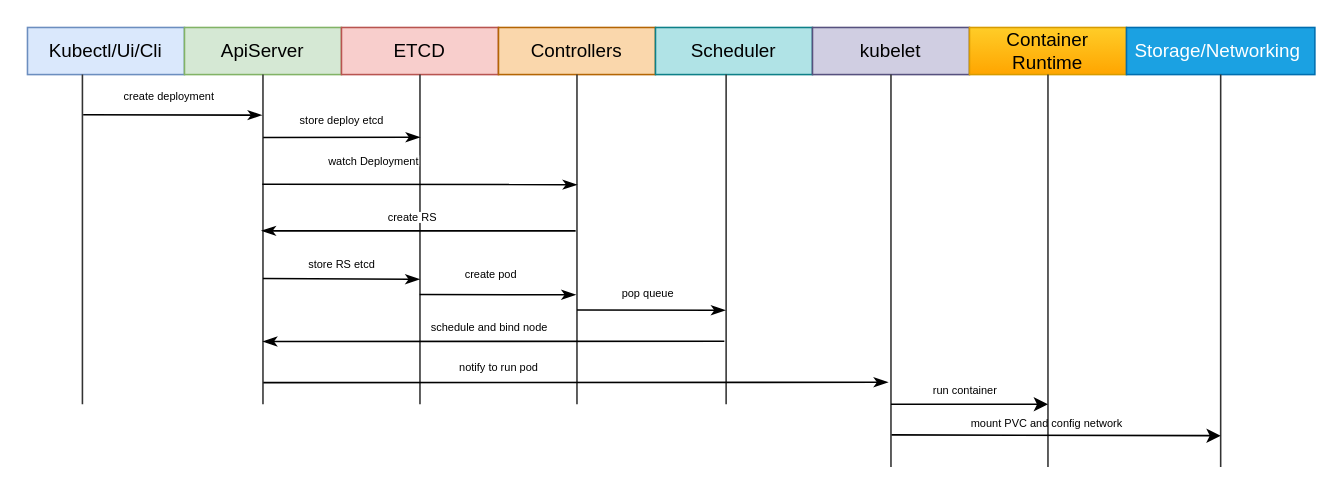
Above: deployment_pod_process.drawio in ssider/draw (draw.io), before the change. Source tidied: cells renumbered, new cells numbered last; positions are measured from the earlier drawing's top-left corner, leaving out a move shared by most shapes. Both pictures are drawn from the tidied source at 157%, with x=0, y=0 at pixel (27, 27).
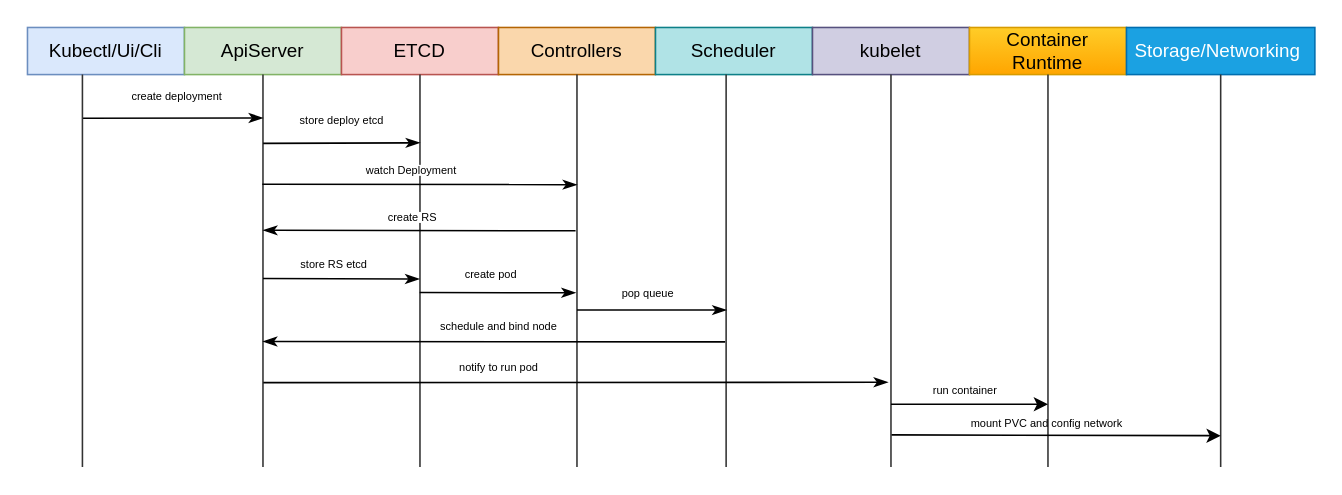
Above is the later version.

Change to the diagram source:
```diff
@@
     <mxCell id="10" style="line;strokeWidth=1;direction=south;html=1;fontColor=default;strokeColor=#333333;" parent="1" vertex="1">
-      <mxGeometry x="30" y="30" width="10" height="210" as="geometry" />
+      <mxGeometry x="30" y="30" width="10" height="250" as="geometry" />
     </mxCell>
     <mxCell id="11" style="line;strokeWidth=1;direction=south;html=1;fontColor=default;strokeColor=#333333;" parent="1" vertex="1">
-      <mxGeometry x="145" y="30" width="10" height="210" as="geometry" />
+      <mxGeometry x="145" y="30" width="10" height="250" as="geometry" />
     </mxCell>
     <mxCell id="12" style="line;strokeWidth=1;direction=south;html=1;fontColor=default;strokeColor=#333333;" parent="1" vertex="1">
-      <mxGeometry x="245" y="30" width="10" height="210" as="geometry" />
+      <mxGeometry x="245" y="30" width="10" height="250" as="geometry" />
     </mxCell>
     <mxCell id="13" style="line;strokeWidth=1;direction=south;html=1;fontColor=default;strokeColor=#333333;" parent="1" vertex="1">
-      <mxGeometry x="345" y="30" width="10" height="210" as="geometry" />
+      <mxGeometry x="345" y="30" width="10" height="250" as="geometry" />
     </mxCell>
     <mxCell id="14" style="line;strokeWidth=1;direction=south;html=1;fontColor=default;strokeColor=#333333;" parent="1" vertex="1">
-      <mxGeometry x="440" y="30" width="10" height="210" as="geometry" />
+      <mxGeometry x="440" y="30" width="10" height="250" as="geometry" />
     </mxCell>
@@
-    <mxCell id="18" style="endArrow=classicThin;html=1;rounded=0;strokeColor=#000000;fontColor=default;exitX=0.122;exitY=0.452;exitDx=0;exitDy=0;exitPerimeter=0;entryX=0.123;entryY=0.565;entryDx=0;entryDy=0;entryPerimeter=0;endFill=1;" parent="1" edge="1" source="10" target="11">
-      <mxGeometry x="0.13" y="16" relative="1" as="geometry" />
+    <mxCell id="18" style="endArrow=classicThin;html=1;rounded=0;strokeColor=#000000;fontColor=default;exitX=0.119;exitY=0.458;exitDx=0;exitDy=0;exitPerimeter=0;endFill=1;" parent="1" edge="1">
+      <mxGeometry x="0.13" y="16" relative="1" as="geometry">
+        <mxPoint x="35.4" y="57.8" as="sourcePoint" />
+        <mxPoint x="150" y="57.6" as="targetPoint" />
+      </mxGeometry>
     </mxCell>
-    <mxCell id="19" value="&lt;span style=&quot;background-color: rgb(255, 255, 255); font-size: 7px;&quot;&gt;create deployment&lt;/span&gt;" style="text;html=1;align=center;verticalAlign=middle;strokeColor=none;fillColor=none;fontSize=7;fontColor=default;" parent="1" vertex="1">
-      <mxGeometry x="30" y="30" width="120" height="30" as="geometry" />
-    </mxCell>
-    <mxCell id="20" style="endArrow=classicThin;html=1;rounded=0;strokeColor=#000000;fontSize=7;fontColor=default;exitX=0.191;exitY=0.488;exitDx=0;exitDy=0;exitPerimeter=0;entryX=0.19;entryY=0.5;entryDx=0;entryDy=0;entryPerimeter=0;endFill=1;" parent="1" edge="1" source="11" target="12">
-      <mxGeometry relative="1" as="geometry" />
+    <mxCell id="20" style="endArrow=classicThin;html=1;rounded=0;strokeColor=#000000;fontSize=7;fontColor=default;exitX=0.191;exitY=0.488;exitDx=0;exitDy=0;exitPerimeter=0;entryX=0.19;entryY=0.5;entryDx=0;entryDy=0;entryPerimeter=0;endFill=1;" parent="1" edge="1">
+      <mxGeometry relative="1" as="geometry">
+        <mxPoint x="150.1" y="73.8" as="sourcePoint" />
+        <mxPoint x="250" y="73.5" as="targetPoint" />
+      </mxGeometry>
     </mxCell>
@@
     <mxCell id="23" value="&lt;span style=&quot;color: rgb(0, 0, 0); font-family: Helvetica; font-size: 7px; font-style: normal; font-variant-ligatures: normal; font-variant-caps: normal; font-weight: 400; letter-spacing: normal; orphans: 2; text-align: center; text-indent: 0px; text-transform: none; widows: 2; word-spacing: 0px; -webkit-text-stroke-width: 0px; background-color: rgb(255, 255, 255); text-decoration-thickness: initial; text-decoration-style: initial; text-decoration-color: initial; float: none; display: inline !important;&quot;&gt;watch Deployment&lt;/span&gt;" style="text;whiteSpace=wrap;html=1;fontSize=7;fontColor=default;" parent="1" vertex="1">
-      <mxGeometry x="189.5" y="75" width="105" height="20" as="geometry" />
+      <mxGeometry x="214" y="81" width="105" height="20" as="geometry" />
     </mxCell>
@@
-    <mxCell id="25" style="endArrow=classicThin;html=1;rounded=0;strokeColor=#000000;fontSize=7;fontColor=default;exitX=0.474;exitY=0.585;exitDx=0;exitDy=0;exitPerimeter=0;entryX=0.474;entryY=0.585;entryDx=0;entryDy=0;entryPerimeter=0;endFill=1;" parent="1" edge="1" source="13" target="11">
-      <mxGeometry relative="1" as="geometry" />
+    <mxCell id="25" style="endArrow=classicThin;html=1;rounded=0;strokeColor=#000000;fontSize=7;fontColor=default;exitX=0.474;exitY=0.585;exitDx=0;exitDy=0;exitPerimeter=0;entryX=0.473;entryY=0.488;entryDx=0;entryDy=0;entryPerimeter=0;endFill=1;" parent="1" edge="1">
+      <mxGeometry relative="1" as="geometry">
+        <mxPoint x="349.1" y="129.5" as="sourcePoint" />
+        <mxPoint x="150.1" y="129.2" as="targetPoint" />
+      </mxGeometry>
     </mxCell>
-    <mxCell id="26" style="endArrow=classicThin;html=1;rounded=0;strokeColor=#000000;fontSize=7;fontColor=default;exitX=0.571;exitY=0.5;exitDx=0;exitDy=0;exitPerimeter=0;entryX=0.621;entryY=0.524;entryDx=0;entryDy=0;entryPerimeter=0;endFill=1;" parent="1" edge="1" target="12">
+    <mxCell id="26" style="endArrow=classicThin;html=1;rounded=0;strokeColor=#000000;fontSize=7;fontColor=default;exitX=0.571;exitY=0.5;exitDx=0;exitDy=0;exitPerimeter=0;entryX=0.521;entryY=0.534;entryDx=0;entryDy=0;entryPerimeter=0;endFill=1;" parent="1" edge="1" target="12">
       <mxGeometry relative="1" as="geometry">
         <mxPoint x="150" y="159.9" as="sourcePoint" />
       </mxGeometry>
     </mxCell>
     <mxCell id="27" value="store RS etcd" style="text;html=1;align=center;verticalAlign=middle;strokeColor=none;fillColor=none;fontSize=7;fontColor=default;" parent="1" vertex="1">
-      <mxGeometry x="150" y="137" width="100" height="30" as="geometry" />
+      <mxGeometry x="145" y="137" width="100" height="30" as="geometry" />
     </mxCell>
-    <mxCell id="28" style="endArrow=classicThin;html=1;rounded=0;strokeColor=#000000;fontSize=7;fontColor=default;exitX=0.667;exitY=0.522;exitDx=0;exitDy=0;exitPerimeter=0;entryX=0.668;entryY=0.581;entryDx=0;entryDy=0;entryPerimeter=0;endFill=1;" parent="1" edge="1" source="12" target="13">
-      <mxGeometry relative="1" as="geometry" />
+    <mxCell id="28" style="endArrow=classicThin;html=1;rounded=0;strokeColor=#000000;fontSize=7;fontColor=default;exitX=0.667;exitY=0.522;exitDx=0;exitDy=0;exitPerimeter=0;entryX=0.668;entryY=0.581;entryDx=0;entryDy=0;entryPerimeter=0;endFill=1;" parent="1" edge="1">
+      <mxGeometry relative="1" as="geometry">
+        <mxPoint x="249.8" y="168.8" as="sourcePoint" />
+        <mxPoint x="349.2" y="169" as="targetPoint" />
+      </mxGeometry>
     </mxCell>
@@
-    <mxCell id="30" style="endArrow=classicThin;html=1;rounded=0;strokeColor=#000000;fontSize=7;fontColor=default;entryX=0.715;entryY=0.551;entryDx=0;entryDy=0;entryPerimeter=0;endFill=1;" parent="1" edge="1" target="14">
+    <mxCell id="30" style="endArrow=classicThin;html=1;rounded=0;strokeColor=#000000;fontSize=7;fontColor=default;entryX=0.6;entryY=0.474;entryDx=0;entryDy=0;entryPerimeter=0;endFill=1;" parent="1" edge="1" target="14">
       <mxGeometry relative="1" as="geometry">
         <mxPoint x="350" y="180" as="sourcePoint" />
       </mxGeometry>
     </mxCell>
@@
-    <mxCell id="32" style="endArrow=classicThin;html=1;rounded=0;strokeColor=#000000;fontSize=7;fontColor=default;exitX=0.809;exitY=0.614;exitDx=0;exitDy=0;exitPerimeter=0;endFill=1;" parent="1" edge="1" source="14">
+    <mxCell id="32" style="endArrow=classicThin;html=1;rounded=0;strokeColor=#000000;fontSize=7;fontColor=default;exitX=0.681;exitY=0.561;exitDx=0;exitDy=0;exitPerimeter=0;endFill=1;" parent="1" edge="1" source="14">
       <mxGeometry relative="1" as="geometry">
         <mxPoint x="150" y="200" as="targetPoint" />
       </mxGeometry>
     </mxCell>
     <mxCell id="33" value="&lt;span style=&quot;background-color: rgb(255, 255, 255);&quot;&gt;schedule and bind node&lt;/span&gt;" style="text;html=1;align=center;verticalAlign=middle;strokeColor=none;fillColor=none;fontSize=7;fontColor=default;" parent="1" vertex="1">
-      <mxGeometry x="219" y="177" width="150" height="30" as="geometry" />
+      <mxGeometry x="225" y="176" width="150" height="30" as="geometry" />
     </mxCell>
@@
+    <mxCell id="19" value="&lt;span style=&quot;background-color: rgb(255, 255, 255);&quot;&gt;create deployment&lt;/span&gt;" style="text;html=1;align=center;verticalAlign=middle;strokeColor=none;fillColor=none;fontSize=7;fontColor=default;" parent="1" vertex="1">
+      <mxGeometry x="35" y="30" width="120" height="30" as="geometry" />
+    </mxCell>
```
